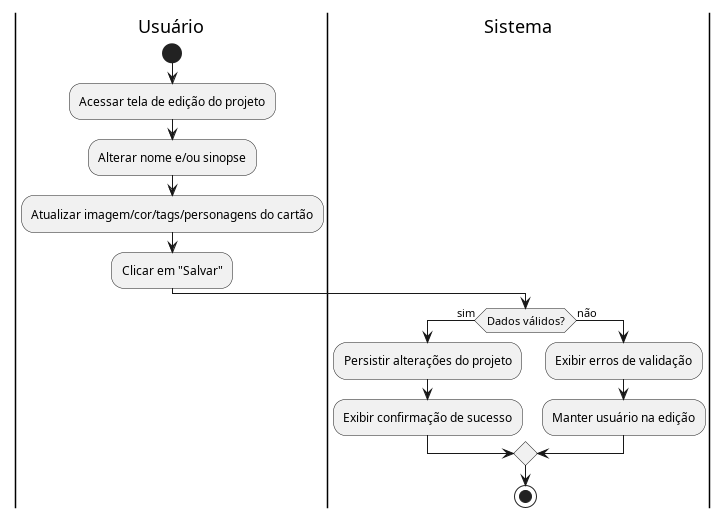
Before: docs/casosUso/imagens/diagramas_atividade/diagrama_UC02.png, a diagram exported from PlantUML (aspiringluke/Projeto-Integrado-Mobile).
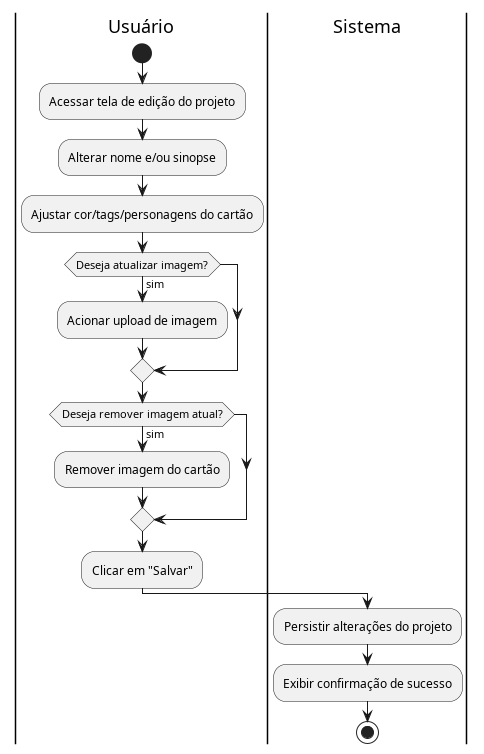
Above is the later version.

What changed in the source:
```diff
@@ -4,17 +4,18 @@
 start
 :Acessar tela de edição do projeto;
 :Alterar nome e/ou sinopse;
-:Atualizar imagem/cor/tags/personagens do cartão;
+:Ajustar cor/tags/personagens do cartão;
+if (Deseja atualizar imagem?) then (sim)
+  :Acionar upload de imagem;
+endif
+if (Deseja remover imagem atual?) then (sim)
+  :Remover imagem do cartão;
+endif
 :Clicar em "Salvar";
 
 |Sistema|
-if (Dados válidos?) then (sim)
-  :Persistir alterações do projeto;
-  :Exibir confirmação de sucesso;
-else (não)
-  :Exibir erros de validação;
-  :Manter usuário na edição;
-endif
+:Persistir alterações do projeto;
+:Exibir confirmação de sucesso;
 
 stop
 @enduml
```
